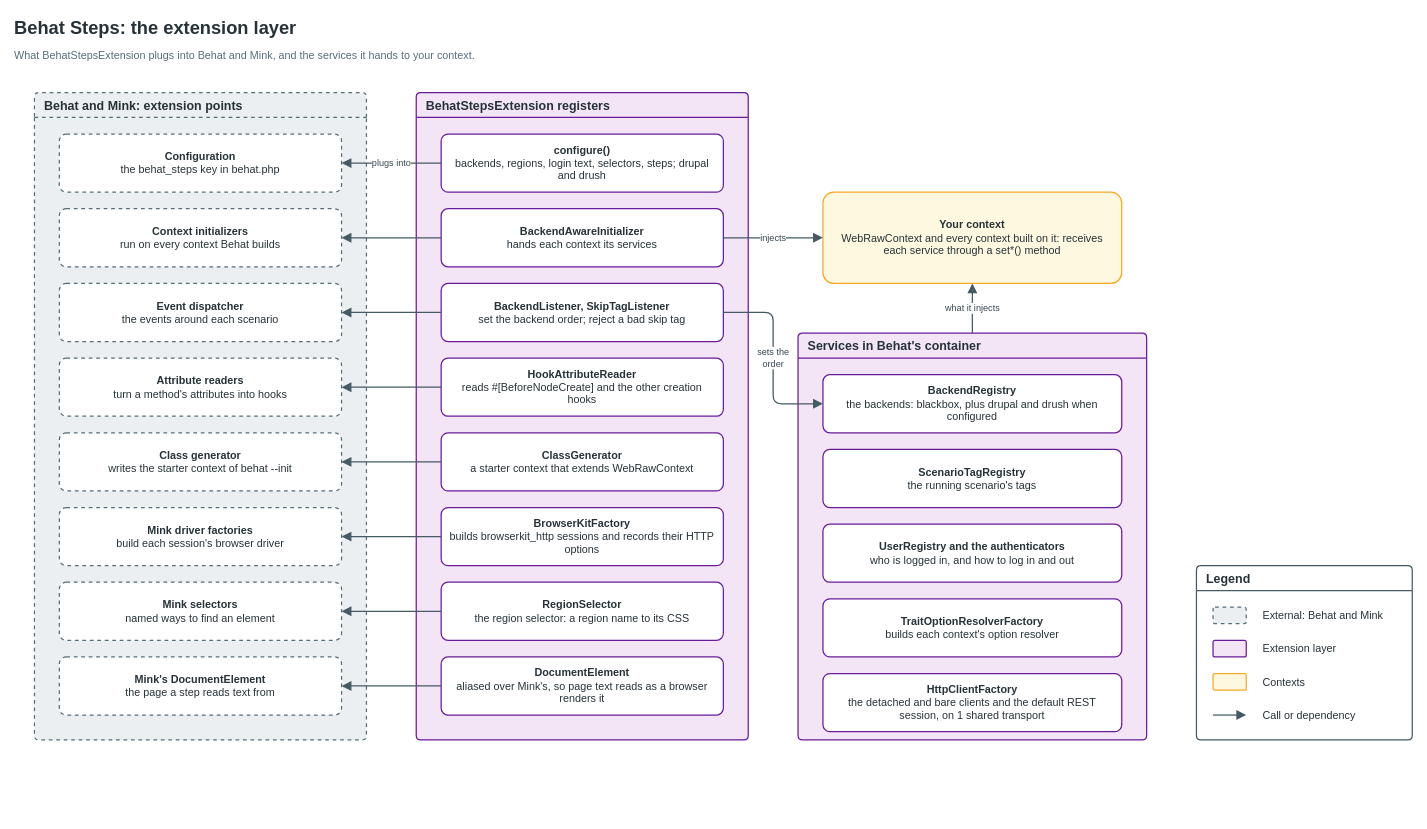
Earlier version of the draw.io diagram docs/content/architecture/extension-layer.drawio (drevops/behat-steps). Source tidied: cells renumbered, new cells numbered last; positions are measured from the earlier drawing's top-left corner, leaving out a move shared by most shapes. Both pictures are drawn from the tidied source at 83%, with x=0, y=0 at pixel (14, 14).
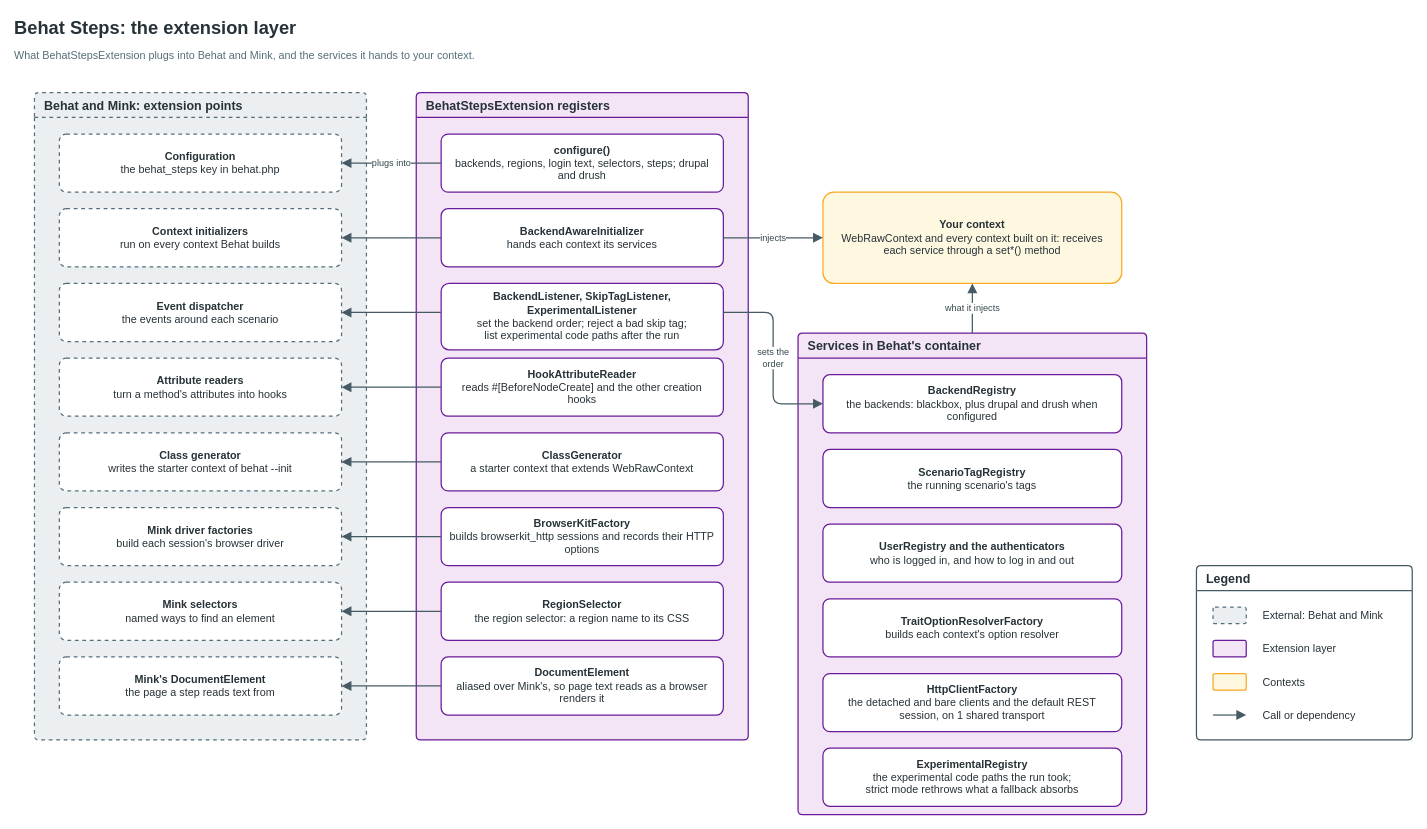
Above is the later version.

Unchanged cells that the change refers to:
```xml
<mxCell id="7" value="&lt;b&gt;Event dispatcher&lt;/b&gt;&lt;br&gt;the events around each scenario" style="rounded=1;arcSize=12;whiteSpace=wrap;html=1;strokeWidth=1.5;fontFamily=Helvetica;fontSize=13;fontColor=#263238;spacing=8;fillColor=#FFFFFF;strokeColor=#546E7A;dashed=1;" parent="4" vertex="1">
  <mxGeometry x="30" y="230" width="340" height="70" as="geometry" />
</mxCell>
<mxCell id="13" value="BehatStepsExtension registers" style="swimlane;startSize=30;rounded=1;arcSize=6;html=1;whiteSpace=wrap;fontFamily=Helvetica;fontSize=15;fontStyle=1;fontColor=#263238;align=left;spacingLeft=10;fillColor=#F3E5F5;swimlaneFillColor=#F3E5F5;strokeColor=#6A1B9A;strokeWidth=1.5;" parent="1" vertex="1">
  <mxGeometry x="484" y="94" width="400" height="780" as="geometry" />
</mxCell>
<mxCell id="23" value="&lt;b&gt;BackendRegistry&lt;/b&gt;&lt;br&gt;the backends: blackbox, plus drupal and drush when configured" style="rounded=1;arcSize=12;whiteSpace=wrap;html=1;strokeWidth=1.5;fontFamily=Helvetica;fontSize=13;fontColor=#263238;spacing=8;fillColor=#FFFFFF;strokeColor=#6A1B9A;" parent="22" vertex="1">
  <mxGeometry x="30" y="50" width="360" height="70" as="geometry" />
</mxCell>
```

What changed in the source:
```diff
@@
-    <mxCell id="16" value="&lt;b&gt;BackendListener, SkipTagListener&lt;/b&gt;&lt;br&gt;set the backend order; reject a bad skip tag" style="rounded=1;arcSize=12;whiteSpace=wrap;html=1;strokeWidth=1.5;fontFamily=Helvetica;fontSize=13;fontColor=#263238;spacing=8;fillColor=#FFFFFF;strokeColor=#6A1B9A;" parent="13" vertex="1">
-      <mxGeometry x="30" y="230" width="340" height="70" as="geometry" />
+    <mxCell id="16" value="&lt;b&gt;BackendListener, SkipTagListener, ExperimentalListener&lt;/b&gt;&lt;br&gt;set the backend order; reject a bad skip tag;&lt;br&gt;list experimental code paths after the run" style="rounded=1;arcSize=12;whiteSpace=wrap;html=1;strokeWidth=1.5;fontFamily=Helvetica;fontSize=13;fontColor=#263238;spacing=8;fillColor=#FFFFFF;strokeColor=#6A1B9A;" parent="13" vertex="1">
+      <mxGeometry x="30" y="230" width="340" height="80" as="geometry" />
     </mxCell>
@@
     <mxCell id="22" value="Services in Behat's container" style="swimlane;startSize=30;rounded=1;arcSize=6;html=1;whiteSpace=wrap;fontFamily=Helvetica;fontSize=15;fontStyle=1;fontColor=#263238;align=left;spacingLeft=10;fillColor=#F3E5F5;swimlaneFillColor=#F3E5F5;strokeColor=#6A1B9A;strokeWidth=1.5;" parent="1" vertex="1">
-      <mxGeometry x="944" y="384" width="420" height="490" as="geometry" />
+      <mxGeometry x="944" y="384" width="420" height="580" as="geometry" />
     </mxCell>
@@
+    <mxCell id="49" value="&lt;b&gt;ExperimentalRegistry&lt;/b&gt;&lt;br&gt;the experimental code paths the run took;&lt;br&gt;strict mode rethrows what a fallback absorbs" style="rounded=1;arcSize=12;whiteSpace=wrap;html=1;strokeWidth=1.5;fontFamily=Helvetica;fontSize=13;fontColor=#263238;spacing=8;fillColor=#FFFFFF;strokeColor=#6A1B9A;" parent="22" vertex="1">
+      <mxGeometry x="30" y="500" width="360" height="70" as="geometry" />
+    </mxCell>
@@
-    <mxCell id="40" style="edgeStyle=orthogonalEdgeStyle;rounded=1;jettySize=auto;html=1;strokeColor=#455A64;strokeWidth=1.5;fontFamily=Helvetica;fontSize=11;fontColor=#37474F;labelBackgroundColor=#ffffff;endArrow=block;endFill=1;endSize=8;exitX=0;exitY=0.5;exitDx=0;exitDy=0;entryX=1;entryY=0.5;entryDx=0;entryDy=0;" parent="1" edge="1" source="16" target="7">
+    <mxCell id="40" style="edgeStyle=orthogonalEdgeStyle;rounded=1;jettySize=auto;html=1;strokeColor=#455A64;strokeWidth=1.5;fontFamily=Helvetica;fontSize=11;fontColor=#37474F;labelBackgroundColor=#ffffff;endArrow=block;endFill=1;endSize=8;exitX=0;exitY=0.5;exitDx=0;exitDy=-5;entryX=1;entryY=0.5;entryDx=0;entryDy=0;" parent="1" edge="1" source="16" target="7">
       <mxGeometry relative="1" as="geometry" />
     </mxCell>
@@
-    <mxCell id="48" value="sets the&lt;br&gt;order" style="edgeStyle=orthogonalEdgeStyle;rounded=1;jettySize=auto;html=1;strokeColor=#455A64;strokeWidth=1.5;fontFamily=Helvetica;fontSize=11;fontColor=#37474F;labelBackgroundColor=#ffffff;endArrow=block;endFill=1;endSize=8;exitX=1;exitY=0.5;exitDx=0;exitDy=0;entryX=0;entryY=0.5;entryDx=0;entryDy=0;" parent="1" edge="1" source="16" target="23">
+    <mxCell id="48" value="sets the&lt;br&gt;order" style="edgeStyle=orthogonalEdgeStyle;rounded=1;jettySize=auto;html=1;strokeColor=#455A64;strokeWidth=1.5;fontFamily=Helvetica;fontSize=11;fontColor=#37474F;labelBackgroundColor=#ffffff;endArrow=block;endFill=1;endSize=8;exitX=1;exitY=0.5;exitDx=0;exitDy=-5;entryX=0;entryY=0.5;entryDx=0;entryDy=0;" parent="1" edge="1" source="16" target="23">
       <mxGeometry relative="1" as="geometry">
         <Array as="points">
           <mxPoint x="914" y="359" />
           <mxPoint x="914" y="469" />
         </Array>
       </mxGeometry>
     </mxCell>
```
